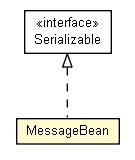
Earlier version of the Graphviz export apidocs/net/trajano/app/schema/MessageBean.png (trajano/app). Its source is kept beside it as apidocs/net/trajano/app/schema/MessageBean.dot. The source it was exported from:
```dot

digraph G {
	edge [fontname="arial",fontsize=10,labelfontname="arial",labelfontsize=10];
	node [fontname="arial",fontsize=10,shape=plaintext];
	nodesep=0.25;
	ranksep=0.5;
	c660 [label=<<table title="net.trajano.app.schema.MessageBean" border="0" cellborder="1" cellspacing="0" cellpadding="2" port="p" bgcolor="lemonChiffon" href="./MessageBean.html">
		<tr><td><table border="0" cellspacing="0" cellpadding="1">
<tr><td align="center" balign="center"> MessageBean </td></tr>
		</table></td></tr>
		</table>>, URL="./MessageBean.html", fontname="arial", fontcolor="black", fontsize=10.0];
	c663:p -> c660:p [dir=back,arrowtail=empty,style=dashed];
	c663 [label=<<table title="java.io.Serializable" border="0" cellborder="1" cellspacing="0" cellpadding="2" port="p" href="http://java.sun.com/j2se/1.4.2/docs/api/java/io/Serializable.html">
		<tr><td><table border="0" cellspacing="0" cellpadding="1">
<tr><td align="center" balign="center"> &#171;interface&#187; </td></tr>
<tr><td align="center" balign="center"> Serializable </td></tr>
		</table></td></tr>
		</table>>, URL="http://java.sun.com/j2se/1.4.2/docs/api/java/io/Serializable.html", fontname="arial", fontcolor="black", fontsize=10.0];
}
```
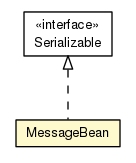
After the commit.

Diff of the diagram source:
```diff
@@ -1,19 +1,19 @@
 
 digraph G {
-	edge [fontname="arial",fontsize=10,labelfontname="arial",labelfontsize=10];
-	node [fontname="arial",fontsize=10,shape=plaintext];
+	edge [fontname="Helvetica",fontsize=10,labelfontname="Helvetica",labelfontsize=10];
+	node [fontname="Helvetica",fontsize=10,shape=plaintext];
 	nodesep=0.25;
 	ranksep=0.5;
-	c660 [label=<<table title="net.trajano.app.schema.MessageBean" border="0" cellborder="1" cellspacing="0" cellpadding="2" port="p" bgcolor="lemonChiffon" href="./MessageBean.html">
+	c683 [label=<<table title="net.trajano.app.schema.MessageBean" border="0" cellborder="1" cellspacing="0" cellpadding="2" port="p" bgcolor="lemonChiffon" href="./MessageBean.html">
 		<tr><td><table border="0" cellspacing="0" cellpadding="1">
 <tr><td align="center" balign="center"> MessageBean </td></tr>
 		</table></td></tr>
-		</table>>, URL="./MessageBean.html", fontname="arial", fontcolor="black", fontsize=10.0];
-	c663:p -> c660:p [dir=back,arrowtail=empty,style=dashed];
-	c663 [label=<<table title="java.io.Serializable" border="0" cellborder="1" cellspacing="0" cellpadding="2" port="p" href="http://java.sun.com/j2se/1.4.2/docs/api/java/io/Serializable.html">
+		</table>>, URL="./MessageBean.html", fontname="Helvetica", fontcolor="black", fontsize=10.0];
+	c687:p -> c683:p [dir=back,arrowtail=empty,style=dashed];
+	c687 [label=<<table title="java.io.Serializable" border="0" cellborder="1" cellspacing="0" cellpadding="2" port="p" href="http://java.sun.com/j2se/1.4.2/docs/api/java/io/Serializable.html">
 		<tr><td><table border="0" cellspacing="0" cellpadding="1">
 <tr><td align="center" balign="center"> &#171;interface&#187; </td></tr>
 <tr><td align="center" balign="center"> Serializable </td></tr>
 		</table></td></tr>
-		</table>>, URL="http://java.sun.com/j2se/1.4.2/docs/api/java/io/Serializable.html", fontname="arial", fontcolor="black", fontsize=10.0];
+		</table>>, URL="http://java.sun.com/j2se/1.4.2/docs/api/java/io/Serializable.html", fontname="Helvetica", fontcolor="black", fontsize=10.0];
 }
```
